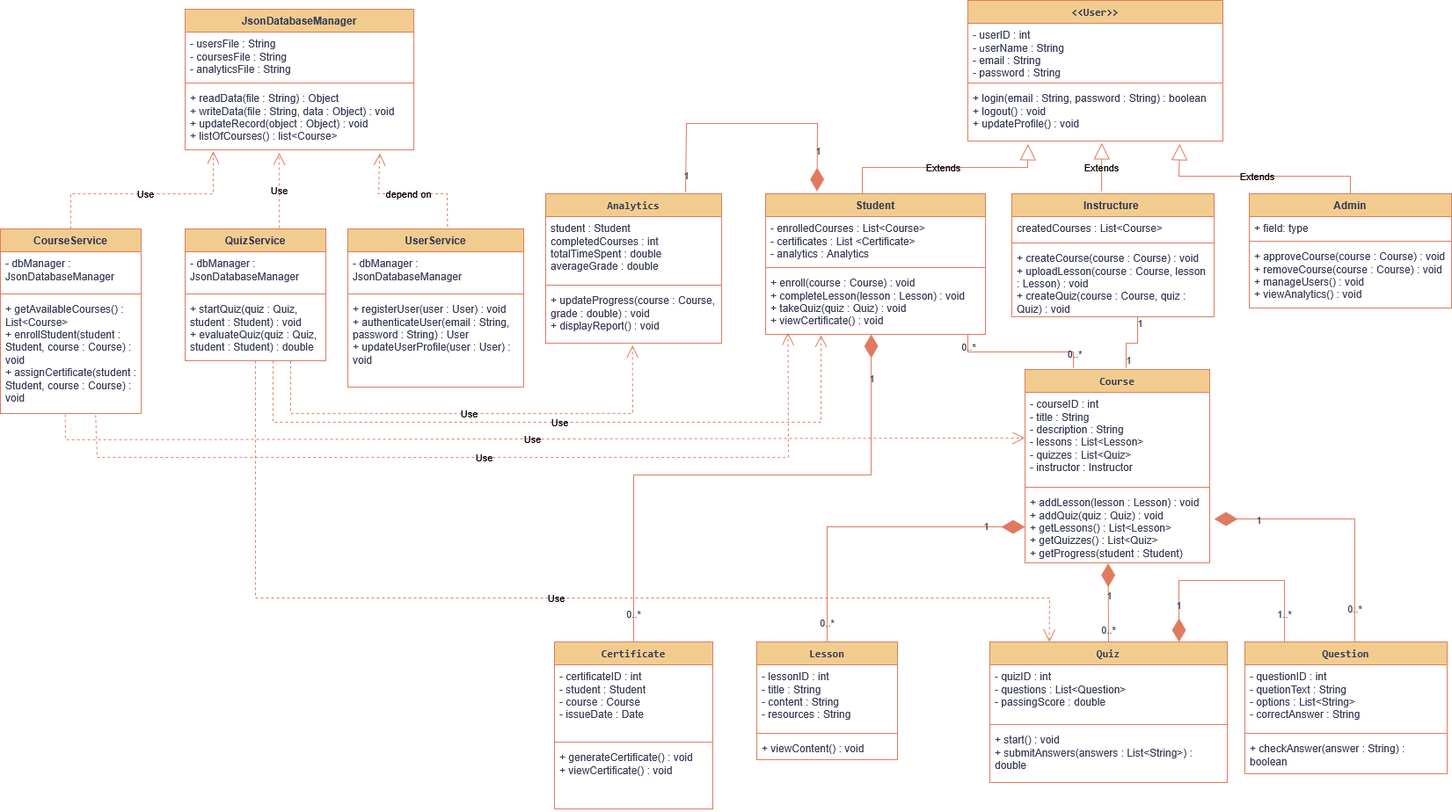
The draw.io diagram exports/class.drawio.png in Mohamed-Bahig/SkillForge-UML-Design, before a commit. Source tidied: cells renumbered, new cells last; positions are measured from the earlier drawing's top-left corner, leaving out a move shared by most shapes.
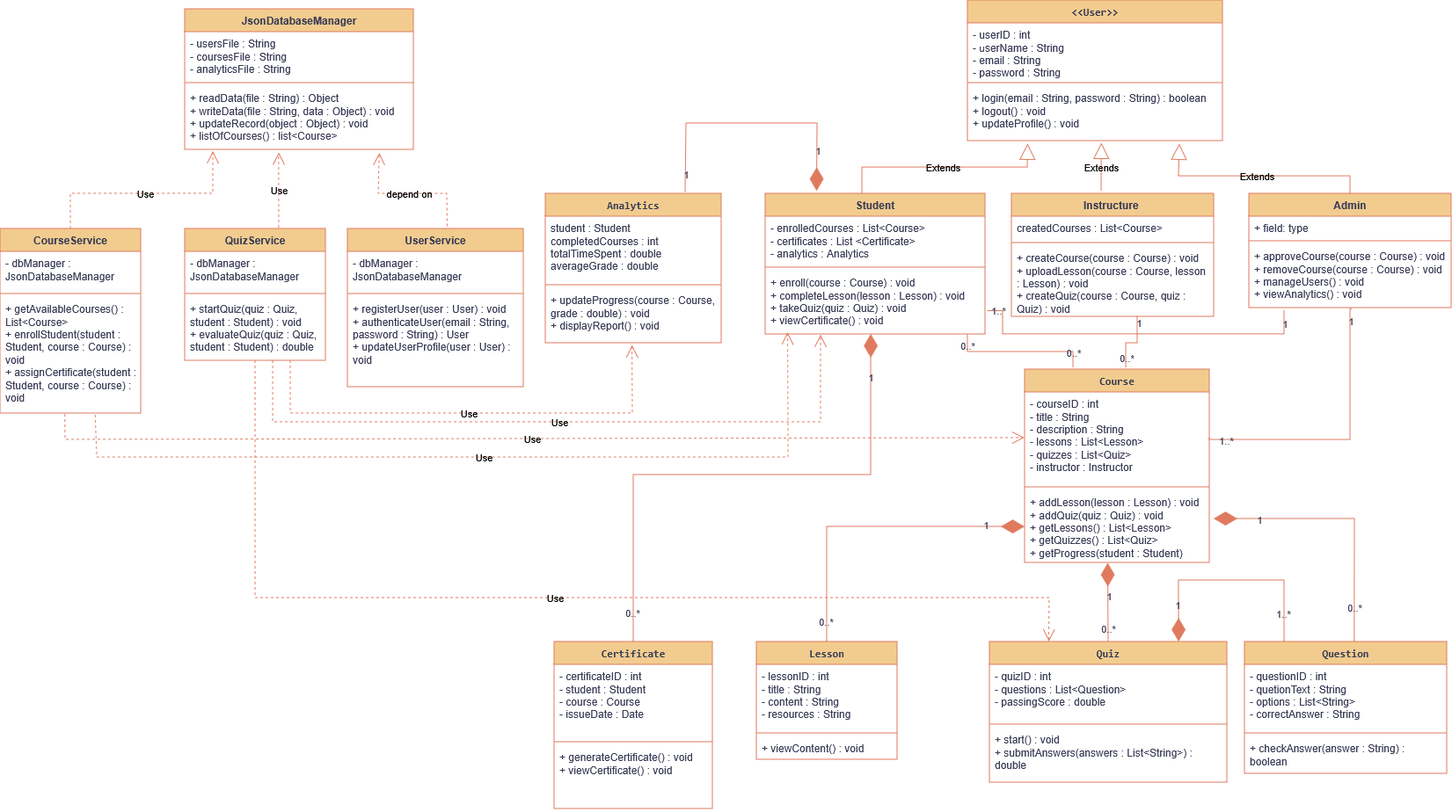
Later version of the same file.

The edit, as a diff of the source:
```diff
@@ -154,9 +154,9 @@
     <mxCell id="45" value="1" style="edgeLabel;html=1;align=center;verticalAlign=middle;labelBackgroundColor=none;fontColor=#393C56;" parent="44" vertex="1">
       <mxGeometry x="0.78" y="-2" relative="1" as="geometry" />
     </mxCell>
-    <mxCell id="46" value="1" style="edgeLabel;html=1;align=center;verticalAlign=middle;labelBackgroundColor=none;fontColor=#393C56;" parent="44" vertex="1">
-      <mxGeometry x="-0.76" y="-2" relative="1" as="geometry" />
-    </mxCell>
+    <mxCell id="93" value="0..*" style="edgeLabel;html=1;align=center;verticalAlign=middle;labelBackgroundColor=none;fontColor=#393C56;" parent="44" vertex="1">
+      <mxGeometry x="-0.68" y="-1" relative="1" as="geometry" />
+    </mxCell>
     <mxCell id="47" value="&lt;code&gt;Analytics&lt;/code&gt;" style="swimlane;fontStyle=1;align=center;verticalAlign=top;horizontal=1;startSize=26;whiteSpace=wrap;html=1;labelBackgroundColor=none;fillColor=#F2CC8F;strokeColor=#E07A5F;fontColor=#393C56;" parent="1" vertex="1">
       <mxGeometry x="620" y="220" width="200" height="170" as="geometry" />
     </mxCell>
@@ -178,7 +178,7 @@
     <mxCell id="53" style="line;strokeWidth=1;fillColor=none;align=left;verticalAlign=middle;spacingTop=-1;spacingLeft=3;spacingRight=3;labelPosition=right;strokeColor=#E07A5F;labelBackgroundColor=none;fontColor=#393C56;" parent="51" vertex="1">
       <mxGeometry y="80" width="260" height="8" as="geometry" />
     </mxCell>
-    <mxCell id="54" value="&lt;div&gt;+ readData(file : String) : Object&lt;/div&gt;&lt;div&gt;+ writeData(file : String, data : Object) : void&lt;/div&gt;&lt;div&gt;+ updateRecord(object : Object) : void&lt;/div&gt;&lt;div&gt;+ listOfCour&lt;span style=&quot;white-space: pre;&quot;&gt;ses() &lt;/span&gt;: list&amp;lt;Course&amp;gt;&lt;/div&gt;" style="text;strokeColor=none;fillColor=none;align=left;verticalAlign=top;spacingLeft=4;spacingRight=4;overflow=hidden;points=[[0,0.5],[1,0.5]];portConstraint=eastwest;whiteSpace=wrap;html=1;labelBackgroundColor=none;fontColor=#393C56;" parent="51" vertex="1">
+    <mxCell id="54" value="&lt;div&gt;+ readData(file : String) : Object&lt;/div&gt;&lt;div&gt;+ writeData(file : String, data : Object) : void&lt;/div&gt;&lt;div&gt;+ updateRecord(object : Object) : void&lt;/div&gt;&lt;div&gt;&lt;div&gt;+ listOfCour&lt;span style=&quot;white-space: pre;&quot;&gt;ses() &lt;/span&gt;: list&amp;lt;Course&amp;gt;&lt;/div&gt;&lt;/div&gt;" style="text;strokeColor=none;fillColor=none;align=left;verticalAlign=top;spacingLeft=4;spacingRight=4;overflow=hidden;points=[[0,0.5],[1,0.5]];portConstraint=eastwest;whiteSpace=wrap;html=1;labelBackgroundColor=none;fontColor=#393C56;" parent="51" vertex="1">
       <mxGeometry y="88" width="260" height="72" as="geometry" />
     </mxCell>
     <mxCell id="55" value="UserService" style="swimlane;fontStyle=1;align=center;verticalAlign=top;horizontal=1;startSize=26;whiteSpace=wrap;html=1;labelBackgroundColor=none;fillColor=#F2CC8F;strokeColor=#E07A5F;fontColor=#393C56;" parent="1" vertex="1">
@@ -358,5 +358,35 @@
         </Array>
       </mxGeometry>
     </mxCell>
+    <mxCell id="94" style="endArrow=none;html=1;edgeStyle=orthogonalEdgeStyle;rounded=0;exitX=1;exitY=0.5;exitDx=0;exitDy=0;entryX=0.51;entryY=1.017;entryDx=0;entryDy=0;entryPerimeter=0;labelBackgroundColor=none;strokeColor=#E07A5F;fontColor=default;" parent="1" edge="1" source="19" target="17">
+      <mxGeometry relative="1" as="geometry">
+        <Array as="points">
+          <mxPoint x="1375" y="500" />
+          <mxPoint x="1535" y="500" />
+          <mxPoint x="1535" y="351" />
+        </Array>
+      </mxGeometry>
+    </mxCell>
+    <mxCell id="95" value="1" style="edgeLabel;html=1;align=center;verticalAlign=middle;labelBackgroundColor=none;fontColor=#393C56;" parent="94" vertex="1">
+      <mxGeometry x="0.9" y="-1" relative="1" as="geometry" />
+    </mxCell>
+    <mxCell id="96" value="1..*" style="edgeLabel;html=1;align=center;verticalAlign=middle;labelBackgroundColor=none;fontColor=#393C56;" parent="94" vertex="1">
+      <mxGeometry x="-0.87" y="-1" relative="1" as="geometry" />
+    </mxCell>
+    <mxCell id="97" style="endArrow=none;html=1;edgeStyle=orthogonalEdgeStyle;rounded=0;entryX=0.174;entryY=1.043;entryDx=0;entryDy=0;entryPerimeter=0;exitX=1.011;exitY=0.633;exitDx=0;exitDy=0;exitPerimeter=0;labelBackgroundColor=none;strokeColor=#E07A5F;fontColor=default;" parent="1" edge="1" source="9" target="17">
+      <mxGeometry relative="1" as="geometry">
+        <Array as="points">
+          <mxPoint x="1140" y="354" />
+          <mxPoint x="1140" y="380" />
+          <mxPoint x="1460" y="380" />
+        </Array>
+      </mxGeometry>
+    </mxCell>
+    <mxCell id="98" value="1" style="edgeLabel;html=1;align=center;verticalAlign=middle;labelBackgroundColor=none;fontColor=#393C56;" parent="97" vertex="1">
+      <mxGeometry x="0.93" y="-1" relative="1" as="geometry" />
+    </mxCell>
+    <mxCell id="99" value="1..*" style="edgeLabel;html=1;align=center;verticalAlign=middle;labelBackgroundColor=none;fontColor=#393C56;" parent="97" vertex="1">
+      <mxGeometry x="-0.94" y="1" relative="1" as="geometry" />
+    </mxCell>
   </root>
 </mxGraphModel>
```
